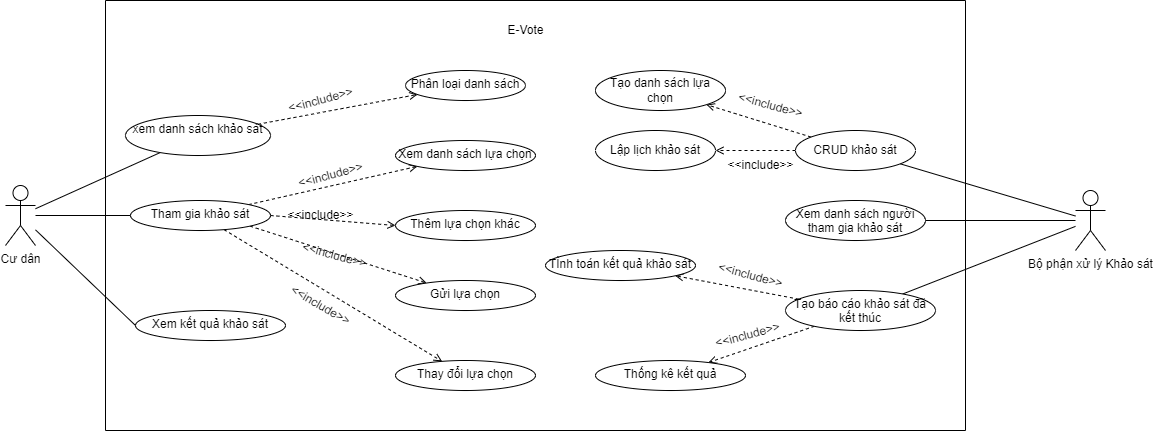
Earlier version of the draw.io export usecase diagram/evote-usecase.drawio.png (kienndhn/draw-io). Source tidied: cells renumbered, new cells last; positions are measured from the earlier drawing's top-left corner, leaving out a move shared by most shapes.
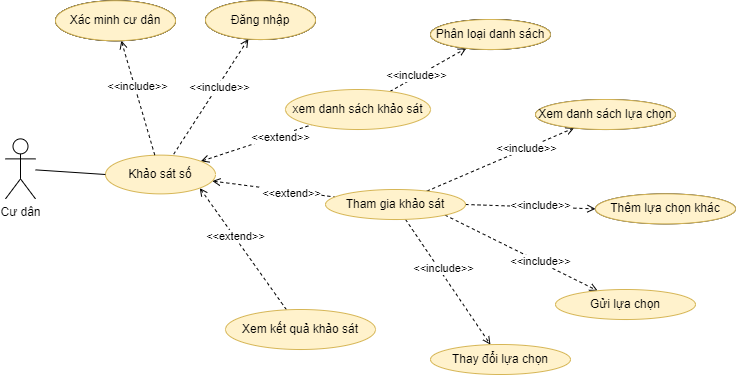
Later version of the same file.

Diff of the diagram source:
```diff
@@ -2,134 +2,130 @@
   <root>
     <mxCell id="0" />
     <mxCell id="1" parent="0" />
-    <mxCell id="2" style="rounded=0;jettySize=auto;html=1;fontFamily=Helvetica;fontSize=12;fontColor=default;endArrow=none;endFill=0;" parent="1" edge="1" source="5" target="14">
+    <mxCell id="2" style="rounded=0;jettySize=auto;html=1;fontFamily=Helvetica;fontSize=12;fontColor=default;endArrow=none;endFill=0;dashed=1;startArrow=open;startFill=0;" parent="1" edge="1" source="53" target="14">
       <mxGeometry relative="1" as="geometry" />
     </mxCell>
+    <mxCell id="45" value="&amp;lt;&amp;lt;extend&amp;gt;&amp;gt;" style="edgeLabel;html=1;align=center;verticalAlign=middle;" parent="2" vertex="1">
+      <mxGeometry x="0.42" y="-2" relative="1" as="geometry" />
+    </mxCell>
-    <mxCell id="3" style="rounded=0;jettySize=auto;html=1;fontFamily=Helvetica;fontSize=12;fontColor=default;endArrow=none;endFill=0;" parent="1" edge="1" source="5" target="19">
+    <mxCell id="3" style="rounded=0;jettySize=auto;html=1;fontFamily=Helvetica;fontSize=12;fontColor=default;endArrow=none;endFill=0;dashed=1;startArrow=open;startFill=0;" parent="1" edge="1" source="53" target="19">
       <mxGeometry relative="1" as="geometry" />
     </mxCell>
+    <mxCell id="46" value="&amp;lt;&amp;lt;extend&amp;gt;&amp;gt;" style="edgeLabel;html=1;align=center;verticalAlign=middle;" parent="3" vertex="1">
+      <mxGeometry x="0.3" y="-2" relative="1" as="geometry" />
+    </mxCell>
-    <mxCell id="4" style="rounded=0;jettySize=auto;html=1;fontFamily=Helvetica;fontSize=12;fontColor=default;entryX=0;entryY=0.5;entryDx=0;entryDy=0;endArrow=none;endFill=0;" parent="1" edge="1" source="5" target="20">
+    <mxCell id="4" style="rounded=0;jettySize=auto;html=1;fontFamily=Helvetica;fontSize=12;fontColor=default;endArrow=none;endFill=0;exitX=1;exitY=1;exitDx=0;exitDy=0;dashed=1;startArrow=open;startFill=0;" parent="1" edge="1" source="53" target="20">
       <mxGeometry relative="1" as="geometry" />
     </mxCell>
-    <mxCell id="5" value="Cư dân" style="shape=umlActor;verticalLabelPosition=bottom;verticalAlign=top;html=1;outlineConnect=0;" parent="1" vertex="1">
-      <mxGeometry y="185" width="30" height="60" as="geometry" />
-    </mxCell>
-    <mxCell id="6" style="edgeStyle=none;rounded=0;jettySize=auto;html=1;fontFamily=Helvetica;fontSize=12;fontColor=default;endArrow=none;endFill=0;" parent="1" edge="1" source="9" target="12">
-      <mxGeometry relative="1" as="geometry" />
-    </mxCell>
-    <mxCell id="7" style="edgeStyle=none;rounded=0;jettySize=auto;html=1;fontFamily=Helvetica;fontSize=12;fontColor=default;endArrow=none;endFill=0;" parent="1" edge="1" source="9" target="31">
-      <mxGeometry relative="1" as="geometry" />
-    </mxCell>
-    <mxCell id="8" style="edgeStyle=none;rounded=0;jettySize=auto;html=1;fontFamily=Helvetica;fontSize=12;fontColor=default;endArrow=none;endFill=0;" parent="1" edge="1" source="9" target="34">
-      <mxGeometry relative="1" as="geometry" />
-    </mxCell>
-    <mxCell id="9" value="Bộ phận xử lý Khảo sát" style="shape=umlActor;verticalLabelPosition=bottom;verticalAlign=top;html=1;outlineConnect=0;" parent="1" vertex="1">
-      <mxGeometry x="1070" y="190" width="30" height="60" as="geometry" />
-    </mxCell>
-    <mxCell id="10" style="edgeStyle=none;rounded=0;jettySize=auto;html=1;fontFamily=Helvetica;fontSize=12;fontColor=default;endArrow=open;endFill=0;dashed=1;" parent="1" edge="1" source="12" target="35">
-      <mxGeometry relative="1" as="geometry" />
-    </mxCell>
-    <mxCell id="11" style="edgeStyle=none;rounded=0;jettySize=auto;html=1;dashed=1;fontFamily=Helvetica;fontSize=12;fontColor=default;startArrow=none;startFill=0;endArrow=open;endFill=0;" parent="1" edge="1" source="12" target="36">
-      <mxGeometry relative="1" as="geometry" />
-    </mxCell>
-    <mxCell id="12" value="CRUD khảo sát" style="ellipse;whiteSpace=wrap;html=1;strokeColor=default;fontFamily=Helvetica;fontSize=12;fontColor=default;fillColor=default;" parent="1" vertex="1">
-      <mxGeometry x="790" y="130" width="120" height="40" as="geometry" />
-    </mxCell>
+    <mxCell id="47" value="&amp;lt;&amp;lt;extend&amp;gt;&amp;gt;" style="edgeLabel;html=1;align=center;verticalAlign=middle;" parent="4" vertex="1">
+      <mxGeometry x="-0.21" y="1" relative="1" as="geometry" />
+    </mxCell>
     <mxCell id="13" style="rounded=0;jettySize=auto;html=1;fontFamily=Helvetica;fontSize=12;fontColor=default;dashed=1;endArrow=open;endFill=0;" parent="1" edge="1" source="14" target="21">
       <mxGeometry relative="1" as="geometry" />
     </mxCell>
+    <mxCell id="48" value="&amp;lt;&amp;lt;include&amp;gt;&amp;gt;" style="edgeLabel;html=1;align=center;verticalAlign=middle;" parent="13" vertex="1">
+      <mxGeometry x="-0.29" y="1" relative="1" as="geometry" />
+    </mxCell>
-    <mxCell id="14" value="xem danh sách khảo sát" style="ellipse;whiteSpace=wrap;html=1;verticalAlign=top;" parent="1" vertex="1">
-      <mxGeometry x="120" y="115" width="145" height="40" as="geometry" />
+    <mxCell id="14" value="xem danh sách khảo sát" style="ellipse;whiteSpace=wrap;html=1;verticalAlign=middle;fillColor=#fff2cc;strokeColor=#d6b656;" parent="1" vertex="1">
+      <mxGeometry x="80" y="140" width="145" height="40" as="geometry" />
     </mxCell>
     <mxCell id="15" style="rounded=0;jettySize=auto;html=1;dashed=1;fontFamily=Helvetica;fontSize=12;fontColor=default;endArrow=open;endFill=0;" parent="1" edge="1" source="19" target="22">
       <mxGeometry relative="1" as="geometry" />
     </mxCell>
+    <mxCell id="49" value="&amp;lt;&amp;lt;include&amp;gt;&amp;gt;" style="edgeLabel;html=1;align=center;verticalAlign=middle;" parent="15" vertex="1">
+      <mxGeometry x="0.35" y="1" relative="1" as="geometry" />
+    </mxCell>
-    <mxCell id="16" style="rounded=0;jettySize=auto;html=1;dashed=1;fontFamily=Helvetica;fontSize=12;fontColor=default;exitX=1;exitY=0.5;exitDx=0;exitDy=0;entryX=0;entryY=0.5;entryDx=0;entryDy=0;endArrow=open;endFill=0;" parent="1" edge="1" source="19" target="23">
+    <mxCell id="16" style="rounded=0;jettySize=auto;html=1;dashed=1;fontFamily=Helvetica;fontSize=12;fontColor=default;exitX=1;exitY=0.5;exitDx=0;exitDy=0;entryX=0;entryY=0.5;entryDx=0;entryDy=0;endArrow=open;endFill=0;verticalAlign=middle;" parent="1" edge="1" source="19" target="23">
       <mxGeometry relative="1" as="geometry" />
     </mxCell>
+    <mxCell id="50" value="&amp;lt;&amp;lt;include&amp;gt;&amp;gt;" style="edgeLabel;html=1;align=center;verticalAlign=middle;" parent="16" vertex="1">
+      <mxGeometry x="0.14" y="2" relative="1" as="geometry" />
+    </mxCell>
-    <mxCell id="17" style="edgeStyle=none;rounded=0;jettySize=auto;html=1;dashed=1;fontFamily=Helvetica;fontSize=12;fontColor=default;endArrow=open;endFill=0;startArrow=none;exitX=1;exitY=1;exitDx=0;exitDy=0;" parent="1" edge="1" source="19" target="24">
+    <mxCell id="17" style="rounded=0;jettySize=auto;html=1;dashed=1;fontFamily=Helvetica;fontSize=12;fontColor=default;endArrow=open;endFill=0;startArrow=none;exitX=1;exitY=1;exitDx=0;exitDy=0;" parent="1" edge="1" source="19" target="24">
       <mxGeometry relative="1" as="geometry" />
     </mxCell>
+    <mxCell id="51" value="&amp;lt;&amp;lt;include&amp;gt;&amp;gt;" style="edgeLabel;html=1;align=center;verticalAlign=middle;" parent="17" vertex="1">
+      <mxGeometry x="0.23" y="1" relative="1" as="geometry" />
+    </mxCell>
     <mxCell id="18" style="edgeStyle=none;rounded=0;jettySize=auto;html=1;dashed=1;fontFamily=Helvetica;fontSize=12;fontColor=default;endArrow=open;endFill=0;" parent="1" edge="1" source="19" target="25">
       <mxGeometry relative="1" as="geometry" />
     </mxCell>
+    <mxCell id="52" value="&amp;lt;&amp;lt;include&amp;gt;&amp;gt;" style="edgeLabel;html=1;align=center;verticalAlign=middle;" parent="18" vertex="1">
+      <mxGeometry x="-0.41" y="-1" relative="1" as="geometry">
+        <mxPoint x="14" y="12" as="offset" />
+      </mxGeometry>
+    </mxCell>
-    <mxCell id="19" value="Tham gia khảo sát" style="ellipse;whiteSpace=wrap;html=1;verticalAlign=top;" parent="1" vertex="1">
-      <mxGeometry x="125" y="200" width="140" height="30" as="geometry" />
+    <mxCell id="19" value="Tham gia khảo sát" style="ellipse;whiteSpace=wrap;html=1;verticalAlign=middle;fillColor=#fff2cc;strokeColor=#d6b656;" parent="1" vertex="1">
+      <mxGeometry x="120" y="240" width="140" height="30" as="geometry" />
     </mxCell>
-    <mxCell id="20" value="Xem kết quả khảo sát" style="ellipse;whiteSpace=wrap;html=1;verticalAlign=top;" parent="1" vertex="1">
-      <mxGeometry x="130" y="310" width="150" height="30" as="geometry" />
+    <mxCell id="20" value="Xem kết quả khảo sát" style="ellipse;whiteSpace=wrap;html=1;verticalAlign=middle;fillColor=#fff2cc;strokeColor=#d6b656;" parent="1" vertex="1">
+      <mxGeometry x="20" y="360" width="150" height="40" as="geometry" />
     </mxCell>
-    <mxCell id="21" value="Phân loại danh sách" style="ellipse;whiteSpace=wrap;html=1;verticalAlign=top;" parent="1" vertex="1">
-      <mxGeometry x="400" y="70" width="120" height="30" as="geometry" />
+    <mxCell id="21" value="Phân loại danh sách" style="ellipse;whiteSpace=wrap;html=1;verticalAlign=middle;" parent="1" vertex="1">
+      <mxGeometry x="225" y="70" width="120" height="30" as="geometry" />
     </mxCell>
-    <mxCell id="22" value="Xem danh sách lựa chọn" style="ellipse;whiteSpace=wrap;html=1;verticalAlign=top;" parent="1" vertex="1">
-      <mxGeometry x="390" y="140" width="140" height="30" as="geometry" />
+    <mxCell id="22" value="Xem danh sách lựa chọn" style="ellipse;whiteSpace=wrap;html=1;verticalAlign=middle;" parent="1" vertex="1">
+      <mxGeometry x="330" y="150" width="140" height="30" as="geometry" />
     </mxCell>
-    <mxCell id="23" value="Thêm lựa chọn khác" style="ellipse;whiteSpace=wrap;html=1;verticalAlign=top;" parent="1" vertex="1">
-      <mxGeometry x="390" y="210" width="140" height="30" as="geometry" />
+    <mxCell id="23" value="Thêm lựa chọn khác" style="ellipse;whiteSpace=wrap;html=1;verticalAlign=middle;" parent="1" vertex="1">
+      <mxGeometry x="390" y="244.4" width="140" height="30" as="geometry" />
     </mxCell>
-    <mxCell id="24" value="Gửi lựa chọn" style="ellipse;whiteSpace=wrap;html=1;verticalAlign=top;" parent="1" vertex="1">
-      <mxGeometry x="390" y="280" width="140" height="30" as="geometry" />
+    <mxCell id="24" value="Gửi lựa chọn" style="ellipse;whiteSpace=wrap;html=1;verticalAlign=middle;fillColor=#fff2cc;strokeColor=#d6b656;" parent="1" vertex="1">
+      <mxGeometry x="350" y="340" width="140" height="30" as="geometry" />
     </mxCell>
-    <mxCell id="25" value="Thay đổi lựa chọn" style="ellipse;whiteSpace=wrap;html=1;verticalAlign=top;" parent="1" vertex="1">
-      <mxGeometry x="390" y="360" width="140" height="30" as="geometry" />
+    <mxCell id="25" value="Thay đổi lựa chọn" style="ellipse;whiteSpace=wrap;html=1;verticalAlign=middle;fillColor=#fff2cc;strokeColor=#d6b656;" parent="1" vertex="1">
+      <mxGeometry x="225" y="395" width="140" height="30" as="geometry" />
     </mxCell>
-    <mxCell id="26" value="&amp;lt;&amp;lt;include&amp;gt;&amp;gt;" style="text;html=1;align=center;verticalAlign=middle;strokeColor=none;fillColor=none;fontSize=12;fontFamily=Helvetica;fontColor=default;rotation=-15;" parent="1" vertex="1">
-      <mxGeometry x="270" y="85" width="90" height="30" as="geometry" />
-    </mxCell>
-    <mxCell id="27" value="&amp;lt;&amp;lt;include&amp;gt;&amp;gt;" style="text;html=1;align=center;verticalAlign=middle;strokeColor=none;fillColor=none;fontSize=12;fontFamily=Helvetica;fontColor=default;rotation=-15;" parent="1" vertex="1">
-      <mxGeometry x="280" y="160" width="90" height="30" as="geometry" />
-    </mxCell>
-    <mxCell id="28" value="&amp;lt;&amp;lt;include&amp;gt;&amp;gt;" style="text;html=1;align=center;verticalAlign=middle;strokeColor=none;fillColor=none;fontSize=12;fontFamily=Helvetica;fontColor=default;" parent="1" vertex="1">
-      <mxGeometry x="270" y="200" width="90" height="30" as="geometry" />
-    </mxCell>
-    <mxCell id="29" value="&amp;lt;&amp;lt;include&amp;gt;&amp;gt;" style="text;html=1;align=center;verticalAlign=middle;strokeColor=none;fillColor=none;fontSize=12;fontFamily=Helvetica;fontColor=default;rotation=30;" parent="1" vertex="1">
-      <mxGeometry x="270" y="290" width="90" height="30" as="geometry" />
-    </mxCell>
-    <mxCell id="30" value="&amp;lt;&amp;lt;include&amp;gt;&amp;gt;" style="text;html=1;align=center;verticalAlign=middle;strokeColor=none;fillColor=none;fontSize=12;fontFamily=Helvetica;fontColor=default;rotation=15;" parent="1" vertex="1">
-      <mxGeometry x="284" y="240" width="90" height="30" as="geometry" />
-    </mxCell>
-    <mxCell id="31" value="Xem danh sách người tham gia khảo sát" style="ellipse;whiteSpace=wrap;html=1;verticalAlign=top;" parent="1" vertex="1">
-      <mxGeometry x="780" y="200" width="140" height="40" as="geometry" />
-    </mxCell>
-    <mxCell id="32" style="edgeStyle=none;rounded=0;jettySize=auto;html=1;dashed=1;fontFamily=Helvetica;fontSize=12;fontColor=default;startArrow=none;startFill=0;endArrow=open;endFill=0;" parent="1" edge="1" source="34" target="38">
-      <mxGeometry relative="1" as="geometry" />
-    </mxCell>
-    <mxCell id="33" style="edgeStyle=none;rounded=0;jettySize=auto;html=1;dashed=1;fontFamily=Helvetica;fontSize=12;fontColor=default;startArrow=none;startFill=0;endArrow=open;endFill=0;" parent="1" edge="1" source="34" target="39">
-      <mxGeometry relative="1" as="geometry" />
-    </mxCell>
-    <mxCell id="34" value="Tạo báo cáo khảo sát đã kết thúc" style="ellipse;whiteSpace=wrap;html=1;verticalAlign=top;" parent="1" vertex="1">
-      <mxGeometry x="780" y="290" width="150" height="40" as="geometry" />
-    </mxCell>
-    <mxCell id="35" value="Tạo danh sách lựa chọn" style="ellipse;whiteSpace=wrap;html=1;strokeColor=default;fontFamily=Helvetica;fontSize=12;fontColor=default;fillColor=default;" parent="1" vertex="1">
-      <mxGeometry x="590" y="70" width="130" height="40" as="geometry" />
-    </mxCell>
-    <mxCell id="36" value="Lập lịch khảo sát" style="ellipse;whiteSpace=wrap;html=1;strokeColor=default;fontFamily=Helvetica;fontSize=12;fontColor=default;fillColor=default;" parent="1" vertex="1">
-      <mxGeometry x="590" y="130" width="120" height="40" as="geometry" />
-    </mxCell>
-    <mxCell id="37" style="swimlane;startSize=0;strokeColor=default;fontFamily=Helvetica;fontSize=12;fontColor=default;fillColor=default;html=1;" parent="1" vertex="1">
-      <mxGeometry x="100" width="860" height="430" as="geometry" />
-    </mxCell>
-    <mxCell id="38" value="Thống kê kết quả" style="ellipse;whiteSpace=wrap;html=1;verticalAlign=top;" parent="37" vertex="1">
-      <mxGeometry x="490" y="360" width="150" height="30" as="geometry" />
-    </mxCell>
-    <mxCell id="39" value="TÌnh toán kết quả khảo sát" style="ellipse;whiteSpace=wrap;html=1;verticalAlign=top;" parent="37" vertex="1">
-      <mxGeometry x="440" y="250" width="150" height="30" as="geometry" />
-    </mxCell>
-    <mxCell id="40" value="&amp;lt;&amp;lt;include&amp;gt;&amp;gt;" style="text;html=1;align=center;verticalAlign=middle;strokeColor=none;fillColor=none;fontSize=12;fontFamily=Helvetica;fontColor=default;rotation=15;" parent="37" vertex="1">
-      <mxGeometry x="620" y="90" width="90" height="30" as="geometry" />
-    </mxCell>
-    <mxCell id="41" value="&amp;lt;&amp;lt;include&amp;gt;&amp;gt;" style="text;html=1;align=center;verticalAlign=middle;strokeColor=none;fillColor=none;fontSize=12;fontFamily=Helvetica;fontColor=default;rotation=0;" parent="37" vertex="1">
-      <mxGeometry x="610" y="150" width="90" height="30" as="geometry" />
-    </mxCell>
-    <mxCell id="42" value="&amp;lt;&amp;lt;include&amp;gt;&amp;gt;" style="text;html=1;align=center;verticalAlign=middle;strokeColor=none;fillColor=none;fontSize=12;fontFamily=Helvetica;fontColor=default;rotation=15;" parent="37" vertex="1">
-      <mxGeometry x="600" y="260" width="90" height="30" as="geometry" />
-    </mxCell>
-    <mxCell id="43" value="&amp;lt;&amp;lt;include&amp;gt;&amp;gt;" style="text;html=1;align=center;verticalAlign=middle;strokeColor=none;fillColor=none;fontSize=12;fontFamily=Helvetica;fontColor=default;rotation=-15;" parent="37" vertex="1">
-      <mxGeometry x="597" y="320" width="90" height="30" as="geometry" />
-    </mxCell>
-    <mxCell id="44" value="E-Vote" style="text;html=1;align=center;verticalAlign=middle;strokeColor=none;fillColor=none;fontSize=12;fontFamily=Helvetica;fontColor=default;" parent="1" vertex="1">
-      <mxGeometry x="490" y="15" width="60" height="30" as="geometry" />
-    </mxCell>
+    <mxCell id="53" value="Khảo sát số" style="ellipse;whiteSpace=wrap;html=1;fillColor=#fff2cc;strokeColor=#d6b656;" parent="1" vertex="1">
+      <mxGeometry x="-100" y="205.6" width="110" height="38.8" as="geometry" />
+    </mxCell>
+    <mxCell id="54" style="edgeStyle=none;rounded=0;jettySize=auto;html=1;dashed=1;startArrow=open;startFill=0;endArrow=none;endFill=0;" parent="1" edge="1" source="56" target="53">
+      <mxGeometry relative="1" as="geometry" />
+    </mxCell>
+    <mxCell id="55" value="&amp;lt;&amp;lt;include&amp;gt;&amp;gt;" style="edgeLabel;html=1;align=center;verticalAlign=middle;" parent="54" vertex="1">
+      <mxGeometry x="-0.2" y="1" relative="1" as="geometry" />
+    </mxCell>
+    <mxCell id="56" value="Đăng nhập" style="ellipse;whiteSpace=wrap;html=1;" parent="1" vertex="1">
+      <mxGeometry y="51.2" width="110" height="38.8" as="geometry" />
+    </mxCell>
+    <mxCell id="57" style="edgeStyle=none;rounded=0;jettySize=auto;html=1;dashed=1;startArrow=open;startFill=0;endArrow=none;endFill=0;" parent="1" edge="1" source="59" target="53">
+      <mxGeometry relative="1" as="geometry" />
+    </mxCell>
+    <mxCell id="58" value="&amp;lt;&amp;lt;include&amp;gt;&amp;gt;" style="edgeLabel;html=1;align=center;verticalAlign=middle;" parent="57" vertex="1">
+      <mxGeometry x="-0.19" y="2" relative="1" as="geometry" />
+    </mxCell>
+    <mxCell id="59" value="Xác minh cư dân" style="ellipse;whiteSpace=wrap;html=1;" parent="1" vertex="1">
+      <mxGeometry x="-150" y="51.2" width="120" height="40" as="geometry" />
+    </mxCell>
+    <mxCell id="60" style="edgeStyle=none;rounded=0;jettySize=auto;html=1;entryX=0;entryY=0.5;entryDx=0;entryDy=0;startArrow=none;startFill=0;endArrow=none;endFill=0;" parent="1" edge="1" source="5" target="53">
+      <mxGeometry relative="1" as="geometry" />
+    </mxCell>
+    <mxCell id="5" value="Cư dân" style="shape=umlActor;verticalLabelPosition=bottom;verticalAlign=top;html=1;outlineConnect=0;" parent="1" vertex="1">
+      <mxGeometry x="-200" y="189.4" width="30" height="60" as="geometry" />
+    </mxCell>
+    <mxCell id="61" value="Xác minh cư dân" style="ellipse;whiteSpace=wrap;html=1;" parent="1" vertex="1">
+      <mxGeometry x="-150" y="51.2" width="120" height="40" as="geometry" />
+    </mxCell>
+    <mxCell id="62" value="Đăng nhập" style="ellipse;whiteSpace=wrap;html=1;" parent="1" vertex="1">
+      <mxGeometry y="51.2" width="110" height="38.8" as="geometry" />
+    </mxCell>
+    <mxCell id="63" value="Phân loại danh sách" style="ellipse;whiteSpace=wrap;html=1;verticalAlign=middle;" parent="1" vertex="1">
+      <mxGeometry x="225" y="70" width="120" height="30" as="geometry" />
+    </mxCell>
+    <mxCell id="64" value="Xác minh cư dân" style="ellipse;whiteSpace=wrap;html=1;fillColor=#fff2cc;strokeColor=#d6b656;" parent="1" vertex="1">
+      <mxGeometry x="-150" y="51.2" width="120" height="40" as="geometry" />
+    </mxCell>
+    <mxCell id="65" value="Đăng nhập" style="ellipse;whiteSpace=wrap;html=1;fillColor=#fff2cc;strokeColor=#d6b656;" parent="1" vertex="1">
+      <mxGeometry y="51.2" width="110" height="38.8" as="geometry" />
+    </mxCell>
+    <mxCell id="66" value="Phân loại danh sách" style="ellipse;whiteSpace=wrap;html=1;verticalAlign=middle;fillColor=#fff2cc;strokeColor=#d6b656;" parent="1" vertex="1">
+      <mxGeometry x="225" y="70" width="120" height="30" as="geometry" />
+    </mxCell>
+    <mxCell id="67" value="Xem danh sách lựa chọn" style="ellipse;whiteSpace=wrap;html=1;verticalAlign=middle;fillColor=#fff2cc;strokeColor=#d6b656;" parent="1" vertex="1">
+      <mxGeometry x="330" y="150" width="140" height="30" as="geometry" />
+    </mxCell>
+    <mxCell id="68" value="Thêm lựa chọn khác" style="ellipse;whiteSpace=wrap;html=1;verticalAlign=middle;fillColor=#fff2cc;strokeColor=#d6b656;" parent="1" vertex="1">
+      <mxGeometry x="390" y="244.4" width="140" height="30" as="geometry" />
+    </mxCell>
   </root>
 </mxGraphModel>
```
